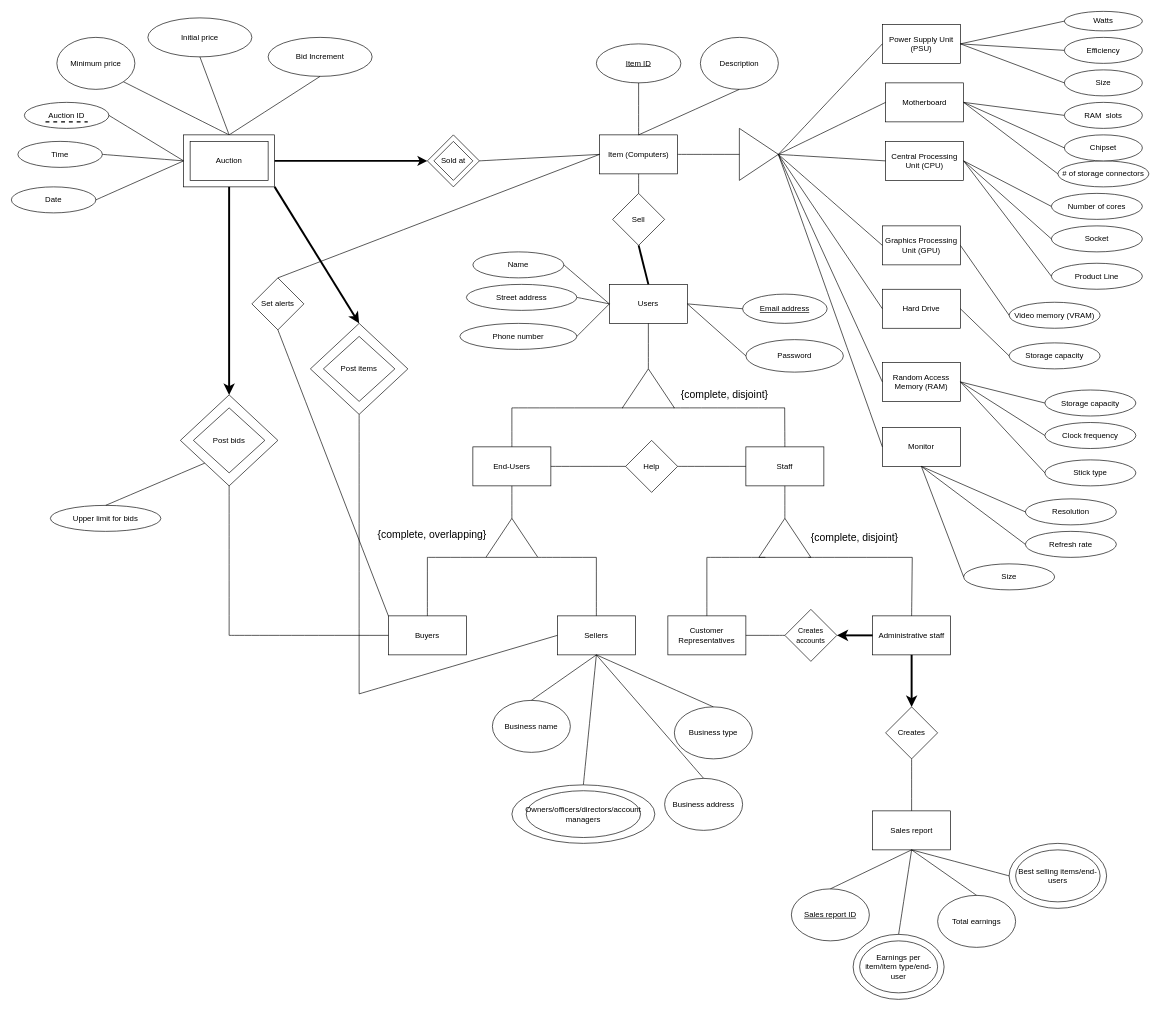
JuanAracena/OnlineAuctionSystem keeps this draw.io diagram as BuyMeERDiagram.drawio. Above is the earlier version. Source tidied: cells renumbered, new cells numbered last; positions are measured from the earlier drawing's top-left corner, leaving out a move shared by most shapes. Both pictures are drawn from the tidied source at 65%, with x=0, y=0 at pixel (11, 11).
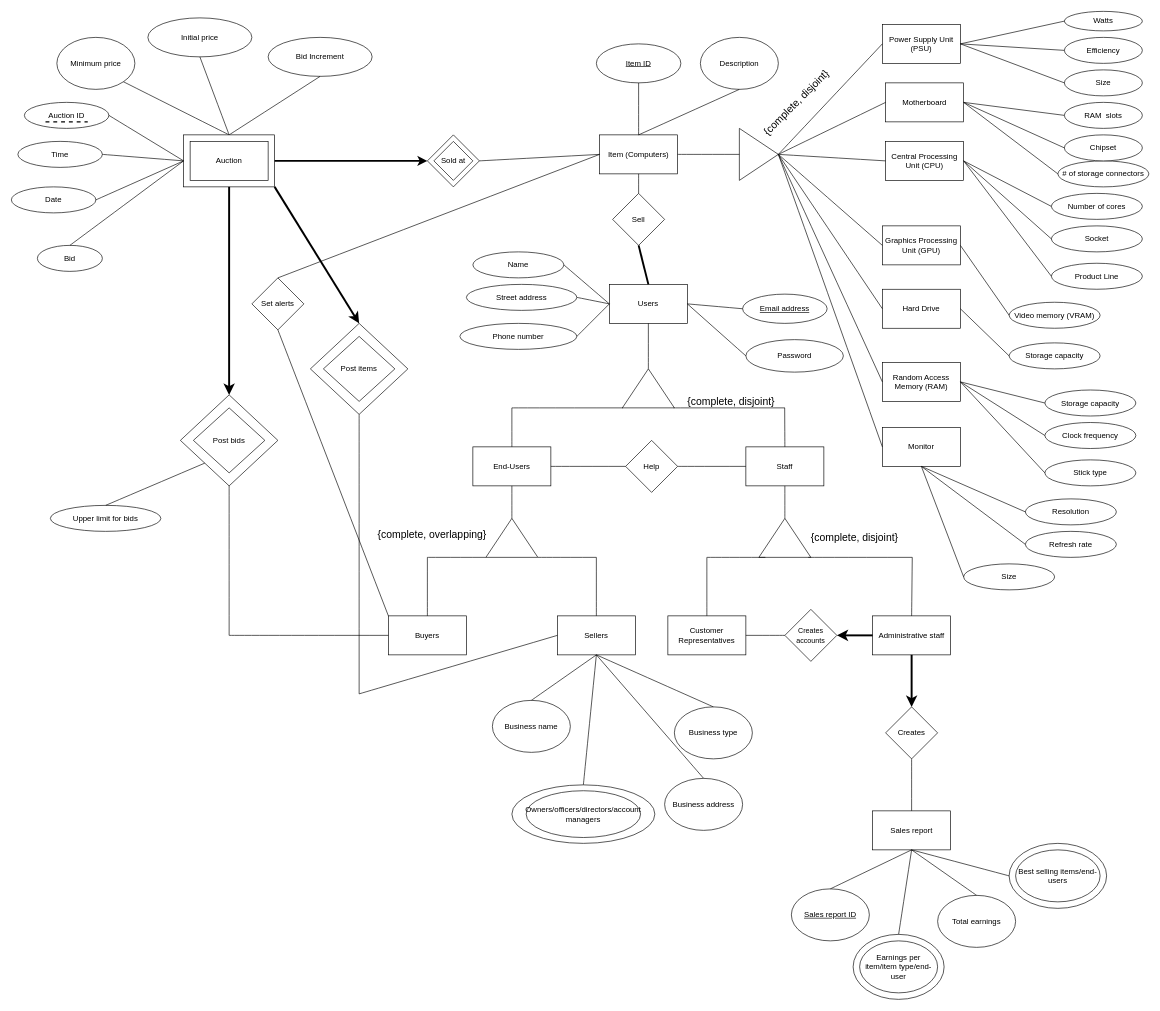
Above is the later version.

Commit message (it also covers changes not shown here):
Added bid attribute to Auction

The change refers to these unchanged cells:
```xml
<mxCell id="64" style="rounded=0;whiteSpace=wrap;html=1;" parent="63" vertex="1">
  <mxGeometry width="140" height="80" as="geometry" />
</mxCell>
```

The edit, as a diff of the source:
```diff
@@
-    <mxCell id="28" value="{complete, disjoint}" style="text;html=1;align=center;verticalAlign=middle;whiteSpace=wrap;rounded=0;fontSize=16;" parent="1" vertex="1">
-      <mxGeometry x="1025" y="575" width="145" height="30" as="geometry" />
+    <mxCell id="28" value="{complete, disjoint}" style="text;html=1;align=center;verticalAlign=middle;whiteSpace=wrap;rounded=0;fontSize=16;rotation=-45;" parent="1" vertex="1">
+      <mxGeometry x="1135" y="125" width="145" height="30" as="geometry" />
     </mxCell>
@@
+    <mxCell id="168" value="{complete, disjoint}" style="text;html=1;align=center;verticalAlign=middle;whiteSpace=wrap;rounded=0;fontSize=16;" parent="1" vertex="1">
+      <mxGeometry x="1035" y="585" width="145" height="30" as="geometry" />
+    </mxCell>
+    <mxCell id="169" value="Bid" style="ellipse;whiteSpace=wrap;html=1;" parent="1" vertex="1">
+      <mxGeometry x="40" y="360" width="100" height="40" as="geometry" />
+    </mxCell>
+    <mxCell id="170" style="endArrow=none;html=1;rounded=0;fontSize=12;startSize=8;endSize=8;curved=1;entryX=0;entryY=0.5;entryDx=0;entryDy=0;exitX=0.5;exitY=0;exitDx=0;exitDy=0;" parent="1" edge="1" source="169" target="64">
+      <mxGeometry relative="1" as="geometry" />
+    </mxCell>
```
